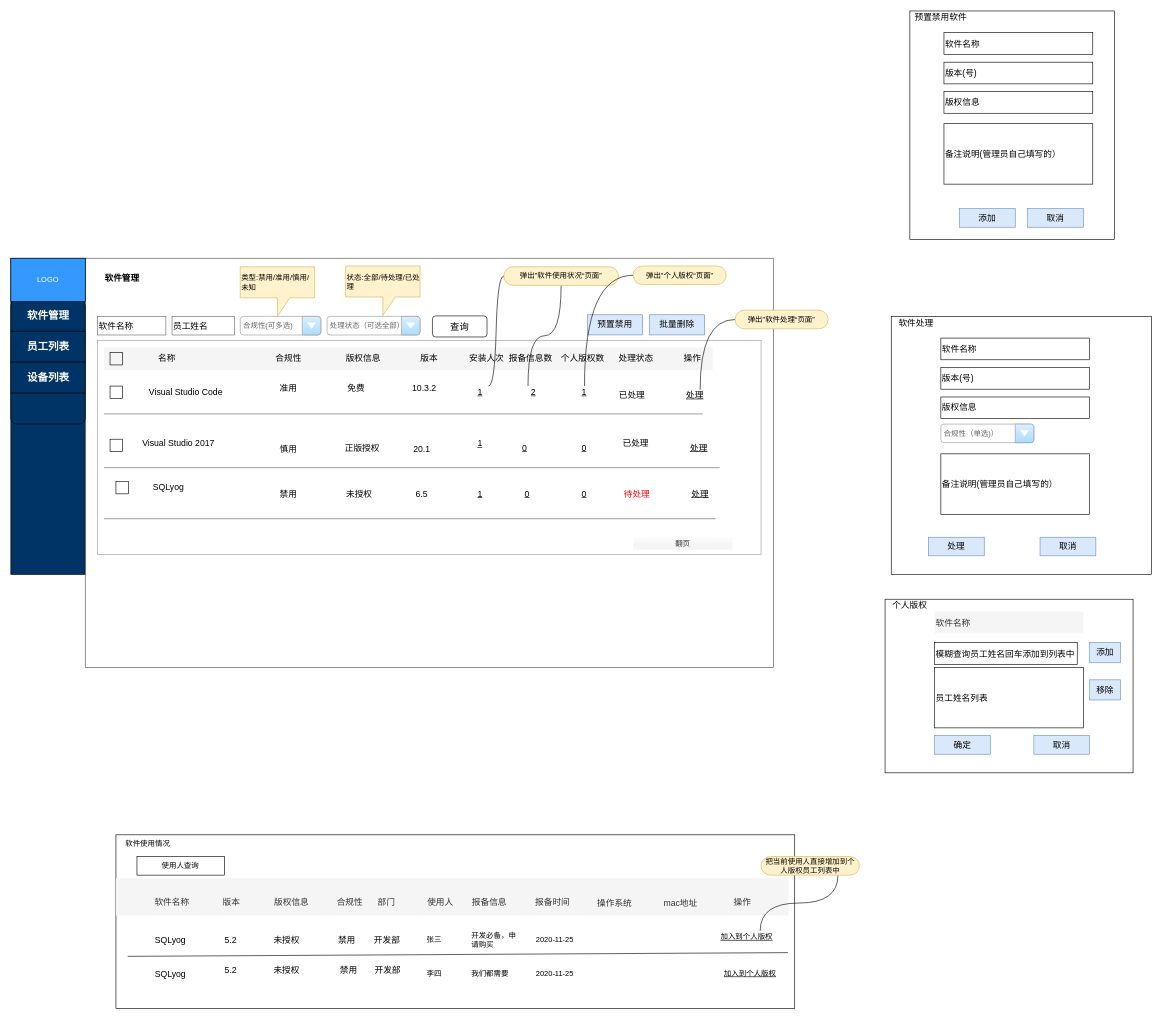
This is page "后台管理v2" (8 of 8) of 正版软件管理.drawio from mashifei/uml, a draw.io file, before an edit. Source tidied: cells renumbered, new cells numbered last; positions are measured from the earlier drawing's top-left corner, leaving out a move shared by most shapes. Both pictures are drawn from the tidied source at 62%, with x=0, y=0 at pixel (11, 11).
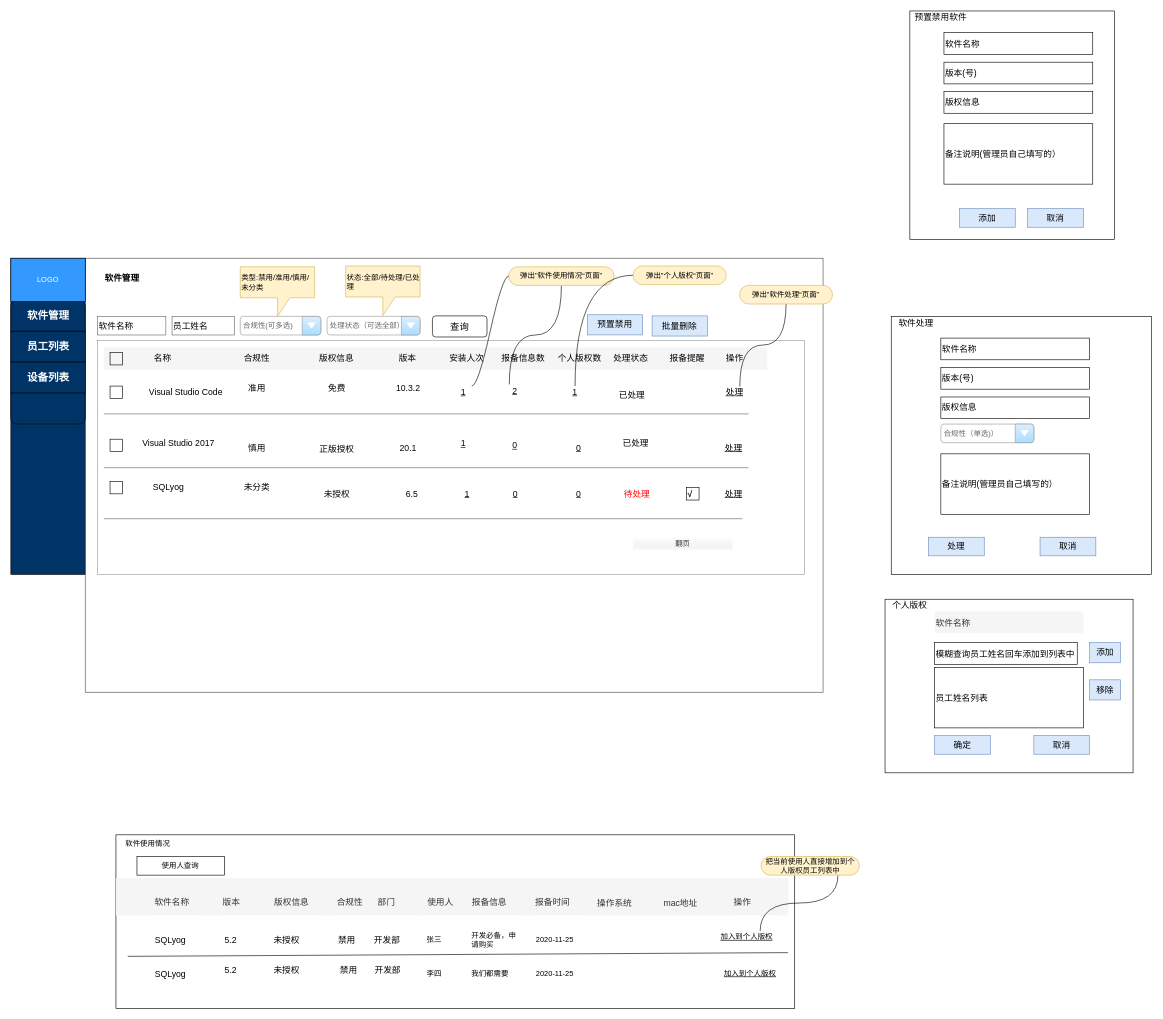
After the change.

What changed in the source:
```diff
@@
     <mxCell id="7" style="rounded=0;whiteSpace=wrap;html=1;shadow=0;sketch=0;fontSize=14;opacity=70;" parent="1" vertex="1">
-      <mxGeometry x="120" y="399" width="1110" height="660" as="geometry" />
+      <mxGeometry x="120" y="399" width="1190" height="700" as="geometry" />
     </mxCell>
@@
     <mxCell id="24" style="rounded=0;whiteSpace=wrap;html=1;shadow=0;sketch=0;fontSize=14;opacity=40;" parent="1" vertex="1">
-      <mxGeometry x="140" y="532" width="1070" height="345" as="geometry" />
+      <mxGeometry x="140" y="532" width="1140" height="377" as="geometry" />
     </mxCell>
@@
     <mxCell id="28" value="免费" style="text;html=1;strokeColor=none;fillColor=none;align=center;verticalAlign=middle;whiteSpace=wrap;rounded=0;shadow=0;sketch=0;fontSize=14;opacity=30;" parent="1" vertex="1">
-      <mxGeometry x="530" y="599" width="53.9" height="20" as="geometry" />
+      <mxGeometry x="498.6" y="599" width="53.9" height="20" as="geometry" />
     </mxCell>
     <mxCell id="29" value="准用" style="text;html=1;strokeColor=none;fillColor=none;align=center;verticalAlign=middle;whiteSpace=wrap;rounded=0;shadow=0;sketch=0;fontSize=14;opacity=30;" parent="1" vertex="1">
-      <mxGeometry x="420.7" y="599" width="53.9" height="20" as="geometry" />
+      <mxGeometry x="370.2" y="599" width="53.9" height="20" as="geometry" />
     </mxCell>
     <mxCell id="30" value="慎用" style="text;html=1;strokeColor=none;fillColor=none;align=center;verticalAlign=middle;whiteSpace=wrap;rounded=0;shadow=0;sketch=0;fontSize=14;opacity=30;" parent="1" vertex="1">
-      <mxGeometry x="420.7" y="696.5" width="53.9" height="20" as="geometry" />
+      <mxGeometry x="370.2" y="694.5" width="53.9" height="20" as="geometry" />
     </mxCell>
-    <mxCell id="31" value="禁用" style="text;html=1;strokeColor=none;fillColor=none;align=center;verticalAlign=middle;whiteSpace=wrap;rounded=0;shadow=0;sketch=0;fontSize=14;opacity=30;" parent="1" vertex="1">
-      <mxGeometry x="420.7" y="769" width="53.9" height="20" as="geometry" />
+    <mxCell id="31" value="未分类" style="text;html=1;strokeColor=none;fillColor=none;align=center;verticalAlign=middle;whiteSpace=wrap;rounded=0;shadow=0;sketch=0;fontSize=14;opacity=30;" parent="1" vertex="1">
+      <mxGeometry x="370.2" y="759" width="53.9" height="20" as="geometry" />
     </mxCell>
     <mxCell id="32" value="正版授权" style="text;html=1;strokeColor=none;fillColor=none;align=center;verticalAlign=middle;whiteSpace=wrap;rounded=0;shadow=0;sketch=0;fontSize=14;opacity=30;" parent="1" vertex="1">
-      <mxGeometry x="525.2" y="694.5" width="83.6" height="20" as="geometry" />
+      <mxGeometry x="483.8" y="696.5" width="83.6" height="20" as="geometry" />
     </mxCell>
     <mxCell id="33" value="未授权" style="text;html=1;strokeColor=none;fillColor=none;align=center;verticalAlign=middle;whiteSpace=wrap;rounded=0;shadow=0;sketch=0;fontSize=14;opacity=30;" parent="1" vertex="1">
-      <mxGeometry x="520" y="769" width="83.6" height="20" as="geometry" />
+      <mxGeometry x="483.8" y="769" width="83.6" height="20" as="geometry" />
     </mxCell>
     <mxCell id="34" value="10.3.2" style="text;html=1;strokeColor=none;fillColor=none;align=center;verticalAlign=middle;whiteSpace=wrap;rounded=0;shadow=0;sketch=0;fontSize=14;opacity=30;" parent="1" vertex="1">
-      <mxGeometry x="640" y="599" width="53.9" height="20" as="geometry" />
+      <mxGeometry x="614.1" y="599" width="53.9" height="20" as="geometry" />
     </mxCell>
     <mxCell id="35" value="20.1" style="text;html=1;strokeColor=none;fillColor=none;align=center;verticalAlign=middle;whiteSpace=wrap;rounded=0;shadow=0;sketch=0;fontSize=14;opacity=30;" parent="1" vertex="1">
-      <mxGeometry x="636.1" y="696.5" width="53.9" height="20" as="geometry" />
+      <mxGeometry x="614.1" y="694.5" width="53.9" height="20" as="geometry" />
     </mxCell>
     <mxCell id="36" value="6.5" style="text;html=1;strokeColor=none;fillColor=none;align=center;verticalAlign=middle;whiteSpace=wrap;rounded=0;shadow=0;sketch=0;fontSize=14;opacity=30;" parent="1" vertex="1">
-      <mxGeometry x="636.1" y="769" width="53.9" height="20" as="geometry" />
+      <mxGeometry x="619.7" y="769" width="53.9" height="20" as="geometry" />
     </mxCell>
     <mxCell id="37" value="1" style="text;html=1;strokeColor=none;fillColor=none;align=center;verticalAlign=middle;whiteSpace=wrap;rounded=0;shadow=0;sketch=0;fontSize=14;opacity=30;fontStyle=4;" parent="1" vertex="1">
-      <mxGeometry x="730" y="605.2" width="53.9" height="20" as="geometry" />
+      <mxGeometry x="703" y="605.2" width="53.9" height="20" as="geometry" />
     </mxCell>
     <mxCell id="38" value="1" style="text;html=1;strokeColor=none;fillColor=none;align=center;verticalAlign=middle;whiteSpace=wrap;rounded=0;shadow=0;sketch=0;fontSize=14;opacity=30;fontStyle=4;" parent="1" vertex="1">
-      <mxGeometry x="730" y="688.2" width="53.9" height="20" as="geometry" />
+      <mxGeometry x="703.3" y="688.2" width="53.9" height="20" as="geometry" />
     </mxCell>
     <mxCell id="39" value="1" style="text;html=1;strokeColor=none;fillColor=none;align=center;verticalAlign=middle;whiteSpace=wrap;rounded=0;shadow=0;sketch=0;fontSize=14;opacity=30;fontStyle=4;" parent="1" vertex="1">
-      <mxGeometry x="730" y="769" width="53.9" height="20" as="geometry" />
+      <mxGeometry x="708.5" y="769" width="53.9" height="20" as="geometry" />
     </mxCell>
@@
     <mxCell id="41" value="0" style="text;html=1;strokeColor=none;fillColor=none;align=center;verticalAlign=middle;whiteSpace=wrap;rounded=0;shadow=0;sketch=0;fontSize=14;fontStyle=4;" parent="1" vertex="1">
-      <mxGeometry x="883.1" y="694.5" width="84.4" height="20" as="geometry" />
+      <mxGeometry x="874.4" y="694.5" width="84.4" height="20" as="geometry" />
     </mxCell>
     <mxCell id="42" value="0" style="text;html=1;strokeColor=none;fillColor=none;align=center;verticalAlign=middle;whiteSpace=wrap;rounded=0;shadow=0;sketch=0;fontSize=14;fontStyle=4;" parent="1" vertex="1">
-      <mxGeometry x="883.1" y="769" width="84.4" height="20" as="geometry" />
+      <mxGeometry x="874.4" y="769" width="84.4" height="20" as="geometry" />
     </mxCell>
@@
     <mxCell id="48" value="处理" style="text;html=1;strokeColor=none;fillColor=none;align=center;verticalAlign=middle;whiteSpace=wrap;rounded=0;shadow=0;sketch=0;fontSize=14;fontStyle=4;" parent="1" vertex="1">
-      <mxGeometry x="1070" y="610.2" width="66.9" height="20" as="geometry" />
+      <mxGeometry x="1134" y="605.2" width="66.9" height="20" as="geometry" />
     </mxCell>
     <mxCell id="49" value="处理" style="text;html=1;strokeColor=none;fillColor=none;align=center;verticalAlign=middle;whiteSpace=wrap;rounded=0;shadow=0;sketch=0;fontSize=14;fontStyle=4;" parent="1" vertex="1">
-      <mxGeometry x="1080.9" y="694.5" width="58.3" height="20" as="geometry" />
+      <mxGeometry x="1136.9" y="694.5" width="58.3" height="20" as="geometry" />
     </mxCell>
     <mxCell id="50" value="处理" style="text;html=1;strokeColor=none;fillColor=none;align=center;verticalAlign=middle;whiteSpace=wrap;rounded=0;shadow=0;sketch=0;fontSize=14;fontStyle=4;" parent="1" vertex="1">
-      <mxGeometry x="1086.9" y="769" width="50" height="20" as="geometry" />
+      <mxGeometry x="1141" y="769" width="50" height="20" as="geometry" />
     </mxCell>
-    <mxCell id="51" value="类型:禁用/准用/慎用/未知" style="shape=callout;whiteSpace=wrap;html=1;perimeter=calloutPerimeter;fontSize=12;align=left;fillColor=#fff2cc;strokeColor=#d6b656;" parent="1" vertex="1">
+    <mxCell id="51" value="类型:禁用/准用/慎用/未分类" style="shape=callout;whiteSpace=wrap;html=1;perimeter=calloutPerimeter;fontSize=12;align=left;fillColor=#fff2cc;strokeColor=#d6b656;" parent="1" vertex="1">
       <mxGeometry x="370" y="412.8" width="120" height="80" as="geometry" />
     </mxCell>
@@
     <mxCell id="54" value="批量删除" style="rounded=0;whiteSpace=wrap;html=1;shadow=0;sketch=0;fontSize=14;fillColor=#dae8fc;strokeColor=#6c8ebf;" parent="1" vertex="1">
-      <mxGeometry x="1030" y="490.2" width="89" height="32.5" as="geometry" />
+      <mxGeometry x="1034.3" y="492" width="89" height="32.5" as="geometry" />
     </mxCell>
@@
     <mxCell id="58" style="rounded=0;whiteSpace=wrap;html=1;fillColor=none;gradientColor=none;fontSize=12;fontColor=#000000;align=left;" parent="1" vertex="1">
-      <mxGeometry x="169.5" y="759" width="20" height="20" as="geometry" />
+      <mxGeometry x="160" y="759" width="20" height="20" as="geometry" />
     </mxCell>
     <mxCell id="59" style="line;strokeWidth=2;html=1;shadow=0;sketch=0;fillColor=none;fontSize=14;opacity=30;" parent="1" vertex="1">
-      <mxGeometry x="150" y="645.2" width="965.8" height="10" as="geometry" />
+      <mxGeometry x="150" y="645.2" width="1040" height="10" as="geometry" />
     </mxCell>
     <mxCell id="60" style="rounded=0;whiteSpace=wrap;html=1;shadow=0;sketch=0;fillColor=#f5f5f5;fontSize=14;fontColor=#333333;strokeColor=none;" parent="1" vertex="1">
-      <mxGeometry x="150" y="543.2" width="982.1" height="35.8" as="geometry" />
+      <mxGeometry x="150" y="543.2" width="1070" height="35.8" as="geometry" />
     </mxCell>
     <mxCell id="61" value="名称" style="text;html=1;strokeColor=none;fillColor=none;align=center;verticalAlign=middle;whiteSpace=wrap;rounded=0;shadow=0;sketch=0;fontSize=14;" parent="1" vertex="1">
-      <mxGeometry x="172.4" y="551.1" width="160" height="20" as="geometry" />
+      <mxGeometry x="185.8" y="551.1" width="117.6" height="20" as="geometry" />
     </mxCell>
     <mxCell id="62" value="安装人次" style="text;html=1;strokeColor=none;fillColor=none;align=center;verticalAlign=middle;whiteSpace=wrap;rounded=0;shadow=0;sketch=0;fontSize=14;" parent="1" vertex="1">
-      <mxGeometry x="719.3" y="551.1" width="96.9" height="20" as="geometry" />
+      <mxGeometry x="687" y="551.1" width="96.9" height="20" as="geometry" />
     </mxCell>
     <mxCell id="63" style="line;strokeWidth=2;html=1;shadow=0;sketch=0;fillColor=none;fontSize=14;opacity=30;" parent="1" vertex="1">
-      <mxGeometry x="150" y="731.8" width="993.3" height="10" as="geometry" />
+      <mxGeometry x="150" y="731.8" width="1040" height="10" as="geometry" />
     </mxCell>
     <mxCell id="64" value="版权信息" style="text;html=1;strokeColor=none;fillColor=none;align=center;verticalAlign=middle;whiteSpace=wrap;rounded=0;shadow=0;sketch=0;fontSize=14;" parent="1" vertex="1">
-      <mxGeometry x="510" y="551.1" width="116.8" height="20" as="geometry" />
+      <mxGeometry x="467.2" y="551.1" width="116.8" height="20" as="geometry" />
     </mxCell>
     <mxCell id="65" value="合规性" style="text;html=1;strokeColor=none;fillColor=none;align=center;verticalAlign=middle;whiteSpace=wrap;rounded=0;shadow=0;sketch=0;fontSize=14;" parent="1" vertex="1">
-      <mxGeometry x="394.9" y="551.1" width="105.7" height="20" as="geometry" />
+      <mxGeometry x="344.3" y="551.1" width="105.7" height="20" as="geometry" />
     </mxCell>
     <mxCell id="66" style="line;strokeWidth=2;html=1;shadow=0;sketch=0;fillColor=none;fontSize=14;opacity=30;" parent="1" vertex="1">
-      <mxGeometry x="150" y="814" width="986.7" height="10" as="geometry" />
+      <mxGeometry x="150" y="814" width="1030" height="10" as="geometry" />
     </mxCell>
     <mxCell id="67" value="版本" style="text;html=1;strokeColor=none;fillColor=none;align=center;verticalAlign=middle;whiteSpace=wrap;rounded=0;shadow=0;sketch=0;fontSize=14;" parent="1" vertex="1">
-      <mxGeometry x="634.9" y="551.1" width="80.3" height="20" as="geometry" />
+      <mxGeometry x="599.7" y="551.1" width="80.3" height="20" as="geometry" />
     </mxCell>
     <mxCell id="68" value="处理状态" style="text;html=1;strokeColor=none;fillColor=none;align=center;verticalAlign=middle;whiteSpace=wrap;rounded=0;shadow=0;sketch=0;fontSize=14;" parent="1" vertex="1">
-      <mxGeometry x="960" y="551.1" width="96.9" height="20" as="geometry" />
+      <mxGeometry x="960" y="551.1" width="80" height="20" as="geometry" />
     </mxCell>
     <mxCell id="69" value="操作" style="text;html=1;strokeColor=none;fillColor=none;align=center;verticalAlign=middle;whiteSpace=wrap;rounded=0;shadow=0;sketch=0;fontSize=14;" parent="1" vertex="1">
-      <mxGeometry x="1051.1" y="551.1" width="96.9" height="20" as="geometry" />
+      <mxGeometry x="1119" y="551.1" width="96.9" height="20" as="geometry" />
     </mxCell>
@@
     <mxCell id="94" value="2" style="text;html=1;strokeColor=none;fillColor=none;align=center;verticalAlign=middle;whiteSpace=wrap;rounded=0;shadow=0;sketch=0;fontSize=14;fontStyle=4;" parent="1" vertex="1">
-      <mxGeometry x="803.1" y="605.2" width="80" height="20" as="geometry" />
+      <mxGeometry x="772.9" y="602.8" width="80" height="20" as="geometry" />
     </mxCell>
@@
-    <mxCell id="97" value="弹出&quot;软件使用状况“页面”" style="whiteSpace=wrap;html=1;rounded=1;arcSize=50;align=center;verticalAlign=middle;strokeWidth=1;spacing=4;newEdgeStyle={&quot;edgeStyle&quot;:&quot;entityRelationEdgeStyle&quot;,&quot;startArrow&quot;:&quot;none&quot;,&quot;endArrow&quot;:&quot;none&quot;,&quot;segment&quot;:10,&quot;curved&quot;:1};fillColor=#fff2cc;strokeColor=#d6b656;" parent="1" vertex="1">
-      <mxGeometry x="795" y="412.8" width="185" height="30" as="geometry" />
+    <mxCell id="97" value="弹出&quot;软件使用情况“页面”" style="whiteSpace=wrap;html=1;rounded=1;arcSize=50;align=center;verticalAlign=middle;strokeWidth=1;spacing=4;newEdgeStyle={&quot;edgeStyle&quot;:&quot;entityRelationEdgeStyle&quot;,&quot;startArrow&quot;:&quot;none&quot;,&quot;endArrow&quot;:&quot;none&quot;,&quot;segment&quot;:10,&quot;curved&quot;:1};fillColor=#fff2cc;strokeColor=#d6b656;" parent="1" vertex="1">
+      <mxGeometry x="803" y="412.8" width="170" height="30" as="geometry" />
     </mxCell>
@@
     <mxCell id="102" value="弹出&quot;软件处理“页面”" style="whiteSpace=wrap;html=1;rounded=1;arcSize=50;align=center;verticalAlign=middle;strokeWidth=1;spacing=4;newEdgeStyle={&quot;edgeStyle&quot;:&quot;entityRelationEdgeStyle&quot;,&quot;startArrow&quot;:&quot;none&quot;,&quot;endArrow&quot;:&quot;none&quot;,&quot;segment&quot;:10,&quot;curved&quot;:1};fillColor=#fff2cc;strokeColor=#d6b656;" parent="1" vertex="1">
-      <mxGeometry x="1168.2" y="482.8" width="150" height="30" as="geometry" />
+      <mxGeometry x="1175.3" y="442.8" width="150" height="30" as="geometry" />
     </mxCell>
@@
     <mxCell id="130" value="报备信息数" style="text;html=1;strokeColor=none;fillColor=none;align=center;verticalAlign=middle;whiteSpace=wrap;rounded=0;shadow=0;sketch=0;fontSize=14;" parent="1" vertex="1">
-      <mxGeometry x="790" y="551.1" width="96.9" height="20" as="geometry" />
+      <mxGeometry x="777.5" y="551.1" width="96.9" height="20" as="geometry" />
     </mxCell>
     <mxCell id="131" value="1" style="text;html=1;strokeColor=none;fillColor=none;align=center;verticalAlign=middle;whiteSpace=wrap;rounded=0;shadow=0;sketch=0;fontSize=14;opacity=30;fontStyle=4;" parent="1" vertex="1">
-      <mxGeometry x="898.3" y="605.2" width="53.9" height="20" as="geometry" />
+      <mxGeometry x="883.1" y="605.2" width="53.9" height="20" as="geometry" />
     </mxCell>
     <mxCell id="132" value="0" style="text;html=1;strokeColor=none;fillColor=none;align=center;verticalAlign=middle;whiteSpace=wrap;rounded=0;shadow=0;sketch=0;fontSize=14;opacity=30;fontStyle=4;" parent="1" vertex="1">
-      <mxGeometry x="802.3" y="694.5" width="53.9" height="20" as="geometry" />
+      <mxGeometry x="786" y="690.9" width="53.9" height="20" as="geometry" />
     </mxCell>
     <mxCell id="133" value="0" style="text;html=1;strokeColor=none;fillColor=none;align=center;verticalAlign=middle;whiteSpace=wrap;rounded=0;shadow=0;sketch=0;fontSize=14;opacity=30;fontStyle=4;" parent="1" vertex="1">
-      <mxGeometry x="806.1" y="769" width="53.9" height="20" as="geometry" />
+      <mxGeometry x="787.1" y="769" width="53.9" height="20" as="geometry" />
     </mxCell>
@@
     <mxCell id="135" value="个人版权数" style="text;html=1;strokeColor=none;fillColor=none;align=center;verticalAlign=middle;whiteSpace=wrap;rounded=0;shadow=0;sketch=0;fontSize=14;" parent="1" vertex="1">
-      <mxGeometry x="874.4" y="551.1" width="96.9" height="20" as="geometry" />
+      <mxGeometry x="869.4" y="551.1" width="96.9" height="20" as="geometry" />
     </mxCell>
@@
+    <mxCell id="137" value="报备提醒" style="text;html=1;strokeColor=none;fillColor=none;align=center;verticalAlign=middle;whiteSpace=wrap;rounded=0;shadow=0;sketch=0;fontSize=14;" parent="1" vertex="1">
+      <mxGeometry x="1050.7" y="551.1" width="80" height="20" as="geometry" />
+    </mxCell>
+    <mxCell id="138" value="&lt;font style=&quot;font-size: 14px&quot;&gt;&lt;b&gt;√&lt;/b&gt;&lt;/font&gt;" style="rounded=0;whiteSpace=wrap;html=1;fillColor=none;gradientColor=none;fontSize=12;fontColor=#000000;align=left;" parent="1" vertex="1">
+      <mxGeometry x="1090" y="769" width="20" height="20" as="geometry" />
+    </mxCell>
```
